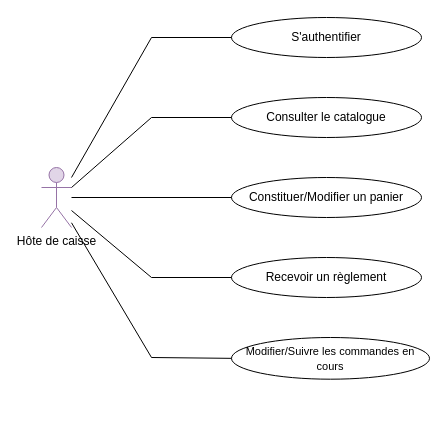
Before: Hote de caisse.drawio in OMorlotti/P4-analyser-les-besoin-de-mon-client-pour-son-groupe-de-pizzerias, a draw.io diagram. Source tidied: cells renumbered, new cells numbered last; positions are measured from the earlier drawing's top-left corner, leaving out a move shared by most shapes. Both pictures are drawn from the tidied source at 100%, with x=0, y=0 at pixel (41, 17).
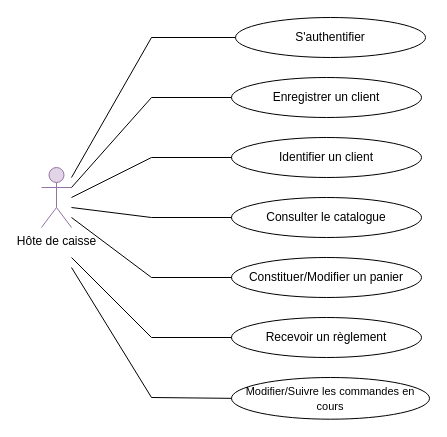
Above is the later version.

The change refers to these unchanged cells:
```xml
<mxCell id="2" value="Hôte de caisse" style="shape=umlActor;verticalLabelPosition=bottom;labelBackgroundColor=#ffffff;verticalAlign=top;html=1;outlineConnect=0;fillColor=#e1d5e7;strokeColor=#9673a6;" parent="1" vertex="1">
  <mxGeometry y="150" width="30" height="60" as="geometry" />
</mxCell>
```

Change to the diagram source:
```diff
@@
-    <mxCell id="3" value="S'authentifier" style="ellipse;whiteSpace=wrap;html=1;" parent="1" vertex="1">
-      <mxGeometry x="190" width="190" height="40" as="geometry" />
+    <mxCell id="3" value="Identifier un client" style="ellipse;whiteSpace=wrap;html=1;" parent="1" vertex="1">
+      <mxGeometry x="190" y="120" width="190" height="40" as="geometry" />
     </mxCell>
     <mxCell id="4" value="Constituer/Modifier un panier" style="ellipse;whiteSpace=wrap;html=1;" parent="1" vertex="1">
-      <mxGeometry x="190" y="160" width="190" height="40" as="geometry" />
+      <mxGeometry x="190" y="240" width="190" height="40" as="geometry" />
     </mxCell>
     <mxCell id="5" value="Consulter le catalogue" style="ellipse;whiteSpace=wrap;html=1;" parent="1" vertex="1">
-      <mxGeometry x="190" y="80" width="190" height="40" as="geometry" />
+      <mxGeometry x="190" y="180" width="190" height="40" as="geometry" />
     </mxCell>
     <mxCell id="6" value="Recevoir un règlement" style="ellipse;whiteSpace=wrap;html=1;" parent="1" vertex="1">
-      <mxGeometry x="190" y="240" width="190" height="40" as="geometry" />
+      <mxGeometry x="190" y="300" width="190" height="40" as="geometry" />
     </mxCell>
     <mxCell id="7" value="&lt;font style=&quot;font-size: 11px&quot;&gt;Modifier/Suivre les commandes en cours&lt;/font&gt;" style="ellipse;whiteSpace=wrap;html=1;" parent="1" vertex="1">
-      <mxGeometry x="190" y="320" width="198" height="41.7" as="geometry" />
+      <mxGeometry x="190" y="360" width="198" height="41.7" as="geometry" />
     </mxCell>
-    <mxCell id="8" style="endArrow=none;html=1;entryX=0;entryY=0.5;entryDx=0;entryDy=0;" parent="1" edge="1" target="3">
+    <mxCell id="8" style="endArrow=none;html=1;entryX=0;entryY=0.5;entryDx=0;entryDy=0;" parent="1" edge="1" target="18">
       <mxGeometry relative="1" as="geometry">
         <mxPoint x="110" y="20" as="sourcePoint" />
       </mxGeometry>
     </mxCell>
-    <mxCell id="9" style="endArrow=none;html=1;entryX=0;entryY=0.5;entryDx=0;entryDy=0;" parent="1" edge="1" target="5">
+    <mxCell id="9" style="endArrow=none;html=1;entryX=0;entryY=0.5;entryDx=0;entryDy=0;" parent="1" edge="1" target="19">
       <mxGeometry relative="1" as="geometry">
-        <mxPoint x="110" y="100" as="sourcePoint" />
+        <mxPoint x="110" y="80" as="sourcePoint" />
       </mxGeometry>
     </mxCell>
-    <mxCell id="10" style="endArrow=none;html=1;exitX=0;exitY=0.5;exitDx=0;exitDy=0;" parent="1" edge="1" source="4">
+    <mxCell id="10" style="endArrow=none;html=1;exitX=0;exitY=0.5;exitDx=0;exitDy=0;" parent="1" edge="1" source="3">
       <mxGeometry relative="1" as="geometry">
-        <mxPoint x="110" y="180" as="targetPoint" />
+        <mxPoint x="110" y="140" as="targetPoint" />
       </mxGeometry>
     </mxCell>
-    <mxCell id="11" style="endArrow=none;html=1;entryX=0;entryY=0.5;entryDx=0;entryDy=0;" parent="1" edge="1" target="6">
+    <mxCell id="11" style="endArrow=none;html=1;entryX=0;entryY=0.5;entryDx=0;entryDy=0;" parent="1" edge="1" target="5">
       <mxGeometry relative="1" as="geometry">
-        <mxPoint x="110" y="260" as="sourcePoint" />
+        <mxPoint x="110" y="200" as="sourcePoint" />
       </mxGeometry>
     </mxCell>
-    <mxCell id="12" style="endArrow=none;html=1;exitX=0;exitY=0.5;exitDx=0;exitDy=0;" parent="1" edge="1" source="7">
+    <mxCell id="12" style="endArrow=none;html=1;exitX=0;exitY=0.5;exitDx=0;exitDy=0;" parent="1" edge="1" source="4">
       <mxGeometry relative="1" as="geometry">
-        <mxPoint x="110" y="340" as="targetPoint" />
+        <mxPoint x="110" y="260" as="targetPoint" />
       </mxGeometry>
     </mxCell>
@@
     <mxCell id="14" style="endArrow=none;html=1;exitX=1;exitY=0.3333333333333333;exitDx=0;exitDy=0;exitPerimeter=0;" parent="1" edge="1" source="2">
       <mxGeometry relative="1" as="geometry">
-        <mxPoint x="110" y="100" as="targetPoint" />
+        <mxPoint x="110" y="80" as="targetPoint" />
       </mxGeometry>
     </mxCell>
-    <mxCell id="15" style="endArrow=none;html=1;" parent="1" edge="1" target="2">
+    <mxCell id="15" style="endArrow=none;html=1;" parent="1" edge="1">
       <mxGeometry relative="1" as="geometry">
-        <mxPoint x="120" y="180" as="sourcePoint" />
+        <mxPoint x="110" y="140" as="sourcePoint" />
+        <mxPoint x="30" y="180" as="targetPoint" />
       </mxGeometry>
     </mxCell>
     <mxCell id="16" style="endArrow=none;html=1;" parent="1" edge="1">
       <mxGeometry relative="1" as="geometry">
-        <mxPoint x="30" y="193" as="sourcePoint" />
-        <mxPoint x="110" y="260" as="targetPoint" />
+        <mxPoint x="30" y="190" as="sourcePoint" />
+        <mxPoint x="110" y="200" as="targetPoint" />
       </mxGeometry>
     </mxCell>
-    <mxCell id="17" style="endArrow=none;html=1;" parent="1" edge="1" source="2">
+    <mxCell id="17" style="endArrow=none;html=1;" parent="1" edge="1">
       <mxGeometry relative="1" as="geometry">
-        <mxPoint x="110" y="340" as="targetPoint" />
+        <mxPoint x="30" y="200" as="sourcePoint" />
+        <mxPoint x="110" y="260" as="targetPoint" />
       </mxGeometry>
     </mxCell>
+    <mxCell id="18" value="S'authentifier" style="ellipse;whiteSpace=wrap;html=1;" parent="1" vertex="1">
+      <mxGeometry x="194" width="190" height="40" as="geometry" />
+    </mxCell>
+    <mxCell id="19" value="Enregistrer un client" style="ellipse;whiteSpace=wrap;html=1;" parent="1" vertex="1">
+      <mxGeometry x="190" y="60" width="190" height="40" as="geometry" />
+    </mxCell>
+    <mxCell id="20" style="endArrow=none;html=1;" parent="1" edge="1">
+      <mxGeometry relative="1" as="geometry">
+        <mxPoint x="110" y="320" as="sourcePoint" />
+        <mxPoint x="30" y="240" as="targetPoint" />
+      </mxGeometry>
+    </mxCell>
+    <mxCell id="21" style="endArrow=none;html=1;exitX=0;exitY=0.5;exitDx=0;exitDy=0;" parent="1" edge="1" source="6">
+      <mxGeometry relative="1" as="geometry">
+        <mxPoint x="110" y="320" as="targetPoint" />
+      </mxGeometry>
+    </mxCell>
+    <mxCell id="22" style="endArrow=none;html=1;" parent="1" edge="1">
+      <mxGeometry relative="1" as="geometry">
+        <mxPoint x="110" y="380" as="sourcePoint" />
+        <mxPoint x="30" y="250" as="targetPoint" />
+      </mxGeometry>
+    </mxCell>
+    <mxCell id="23" style="endArrow=none;html=1;exitX=0;exitY=0.5;exitDx=0;exitDy=0;" parent="1" edge="1" source="7">
+      <mxGeometry relative="1" as="geometry">
+        <mxPoint x="110" y="380" as="targetPoint" />
+      </mxGeometry>
+    </mxCell>
```
